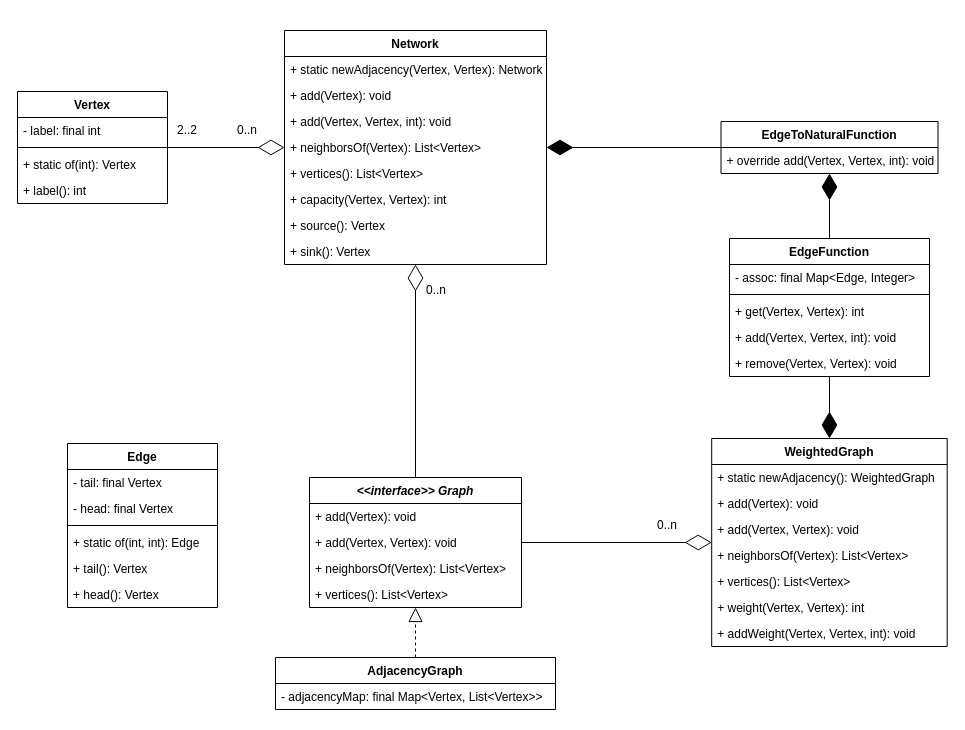
Before: docs/graph.drawio in mgmu/jraf, a draw.io diagram. Source tidied: cells renumbered, new cells numbered last; positions are measured from the earlier drawing's top-left corner, leaving out a move shared by most shapes. Both pictures are drawn from the tidied source at 100%, with x=0, y=0 at pixel (17, 30).
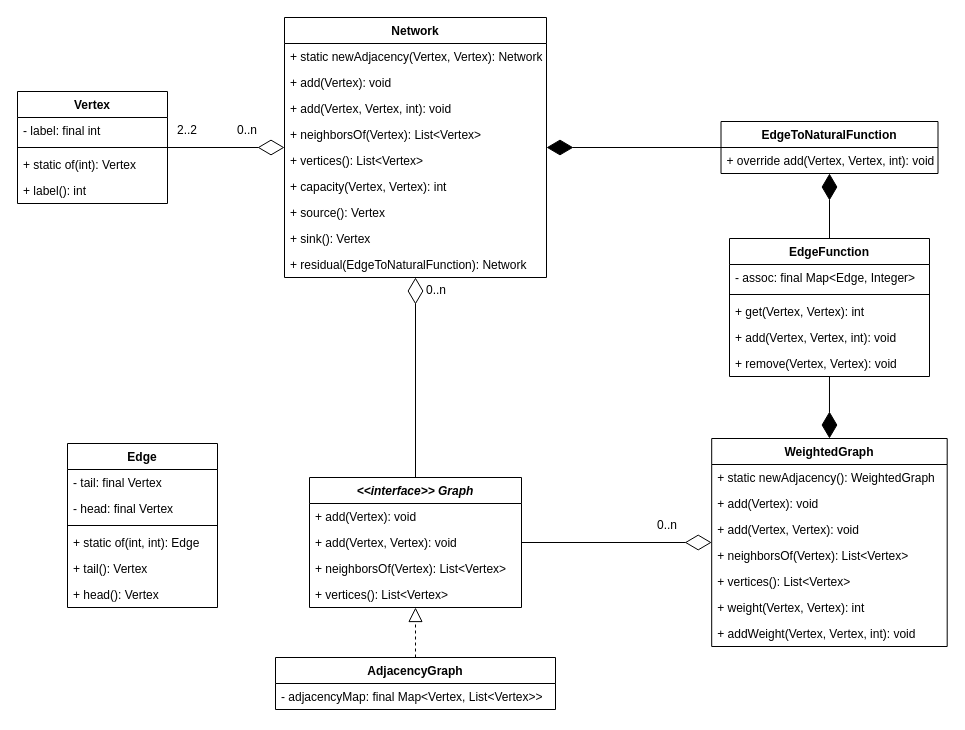
Above is the later version.

What changed in the source:
```diff
@@
     <mxCell id="39" value="Network" style="swimlane;fontStyle=1;align=center;verticalAlign=top;horizontal=1;startSize=26;" parent="1" vertex="1">
-      <mxGeometry x="267" width="262" height="234" as="geometry" />
+      <mxGeometry x="267" y="-13" width="262" height="260" as="geometry" />
     </mxCell>
@@
+    <mxCell id="57" value="+ residual(EdgeToNaturalFunction): Network" style="text;strokeColor=none;fillColor=none;align=left;verticalAlign=top;spacingLeft=4;spacingRight=4;overflow=hidden;" parent="39" vertex="1">
+      <mxGeometry y="234" width="262" height="26" as="geometry" />
+    </mxCell>
```
